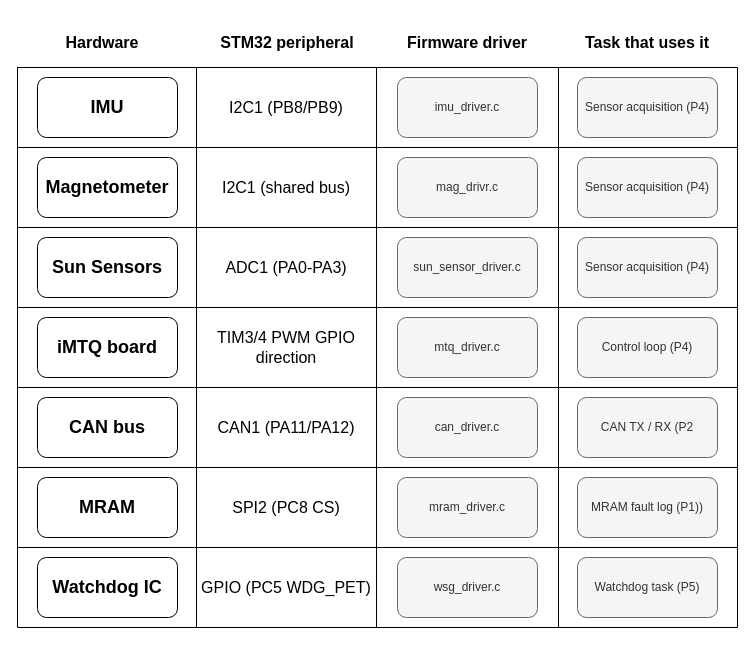
Above: page "Hardware-software interface" (7 of 7) of docs/subteams/adcs/ADCS_software_architecture.drawio in QSET-Sat/qset-doc (draw.io), before the change. Source tidied: cells renumbered, new cells numbered last; positions are measured from the earlier drawing's top-left corner, leaving out a move shared by most shapes. Both pictures are drawn from the tidied source at 100%, with x=0, y=0 at pixel (17, 27).
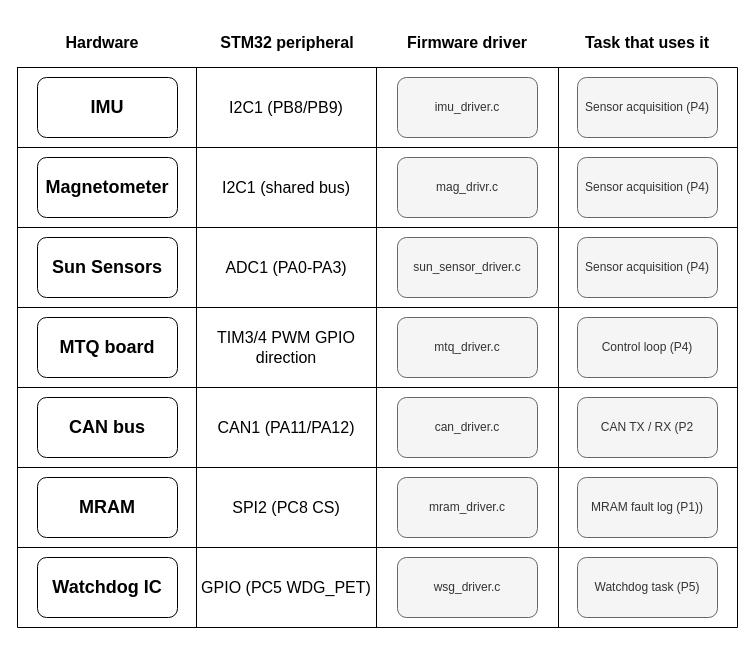
After the change.

The edit, as a diff of the source:
```diff
@@
-    <mxCell id="41" value="&lt;h2&gt;iMTQ board&lt;/h2&gt;" style="rounded=1;whiteSpace=wrap;html=1;" parent="1" vertex="1">
+    <mxCell id="41" value="&lt;h2&gt;MTQ board&lt;/h2&gt;" style="rounded=1;whiteSpace=wrap;html=1;" parent="1" vertex="1">
       <mxGeometry x="20" y="290" width="140" height="60" as="geometry" />
     </mxCell>
```
